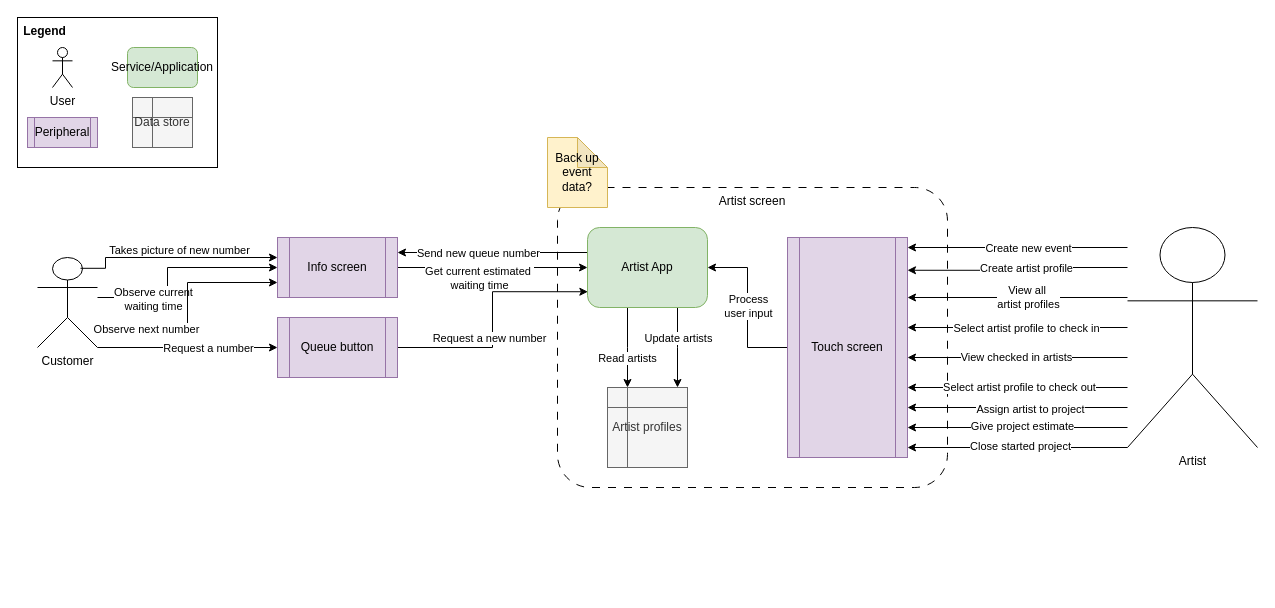
Before: architecture.drawio in sebastiankdittmann/punky-sky, a draw.io diagram. Source tidied: cells renumbered, new cells numbered last; positions are measured from the earlier drawing's top-left corner, leaving out a move shared by most shapes. Both pictures are drawn from the tidied source at 100%, with x=0, y=0 at pixel (17, 17).
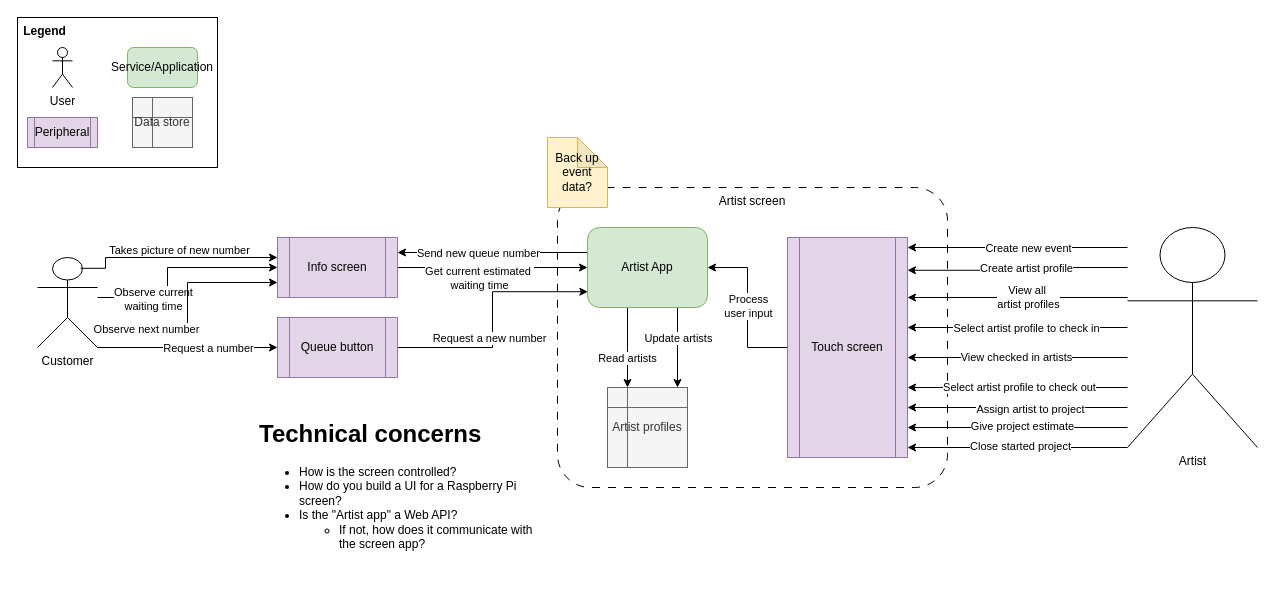
The same diagram, later.

Commit message:
add technical concerns

What changed in the source:
```diff
@@
+    <mxCell id="57" value="&lt;h1&gt;Technical concerns&lt;/h1&gt;&lt;div&gt;&lt;ul&gt;&lt;li&gt;How is the screen controlled?&lt;/li&gt;&lt;li&gt;How do you build a UI for a Raspberry Pi screen?&lt;/li&gt;&lt;li&gt;Is the &quot;Artist app&quot; a Web API?&lt;/li&gt;&lt;ul&gt;&lt;li&gt;If not, how does it communicate with the screen app?&lt;/li&gt;&lt;/ul&gt;&lt;/ul&gt;&lt;/div&gt;" style="text;html=1;whiteSpace=wrap;overflow=hidden;rounded=0;" parent="1" vertex="1">
+      <mxGeometry x="240" y="380" width="280" height="190" as="geometry" />
+    </mxCell>
```
